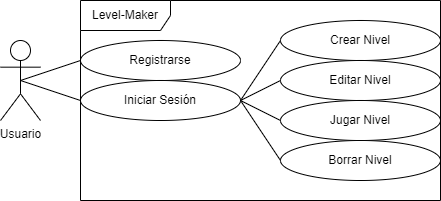
Before: doc/imgs/Diagrama de uso.png, a diagram exported from draw.io (RacoonByte01/level-maker). Source tidied: cells renumbered, new cells last; positions are measured from the earlier drawing's top-left corner, leaving out a move shared by most shapes.
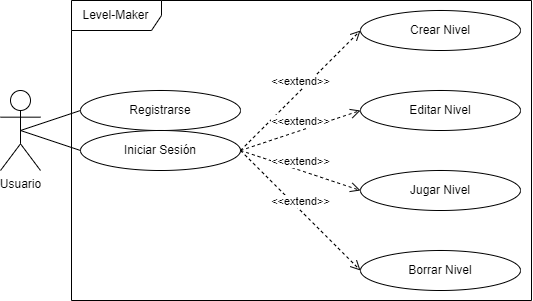
After the change.

What changed in the source:
```diff
@@ -9,16 +9,16 @@
       <mxGeometry x="80" y="80" width="160" height="40" as="geometry" />
     </mxCell>
     <mxCell id="4" value="Crear Nivel" style="ellipse;whiteSpace=wrap;html=1;" parent="1" vertex="1">
-      <mxGeometry x="280" y="20" width="160" height="40" as="geometry" />
+      <mxGeometry x="360" y="-40" width="160" height="40" as="geometry" />
     </mxCell>
     <mxCell id="5" value="Editar Nivel" style="ellipse;whiteSpace=wrap;html=1;" parent="1" vertex="1">
-      <mxGeometry x="280" y="60" width="160" height="40" as="geometry" />
+      <mxGeometry x="360" y="40" width="160" height="40" as="geometry" />
     </mxCell>
     <mxCell id="6" value="Borrar Nivel" style="ellipse;whiteSpace=wrap;html=1;" parent="1" vertex="1">
-      <mxGeometry x="280" y="140" width="160" height="40" as="geometry" />
+      <mxGeometry x="360" y="200" width="160" height="40" as="geometry" />
     </mxCell>
     <mxCell id="7" value="Jugar Nivel" style="ellipse;whiteSpace=wrap;html=1;" parent="1" vertex="1">
-      <mxGeometry x="280" y="100" width="160" height="40" as="geometry" />
+      <mxGeometry x="360" y="120" width="160" height="40" as="geometry" />
     </mxCell>
     <mxCell id="8" value="Usuario" style="shape=umlActor;verticalLabelPosition=bottom;verticalAlign=top;html=1;outlineConnect=0;" parent="1" vertex="1">
       <mxGeometry y="40" width="40" height="80" as="geometry" />
@@ -29,20 +29,20 @@
     <mxCell id="10" style="endArrow=none;html=1;exitX=0.5;exitY=0.5;exitDx=0;exitDy=0;exitPerimeter=0;entryX=0;entryY=0.5;entryDx=0;entryDy=0;" parent="1" edge="1" source="8" target="3">
       <mxGeometry relative="1" as="geometry" />
     </mxCell>
-    <mxCell id="11" style="endArrow=none;html=1;entryX=0;entryY=0.5;entryDx=0;entryDy=0;exitX=1;exitY=0.5;exitDx=0;exitDy=0;" parent="1" edge="1" source="3" target="4">
+    <mxCell id="11" value="&amp;lt;&amp;lt;extend&amp;gt;&amp;gt;" style="html=1;verticalAlign=bottom;endArrow=open;dashed=1;endSize=8;entryX=0;entryY=0.5;entryDx=0;entryDy=0;exitX=1;exitY=0.5;exitDx=0;exitDy=0;" parent="1" edge="1" source="3" target="4">
       <mxGeometry relative="1" as="geometry" />
     </mxCell>
-    <mxCell id="12" style="endArrow=none;html=1;entryX=0;entryY=0.5;entryDx=0;entryDy=0;exitX=1;exitY=0.5;exitDx=0;exitDy=0;" parent="1" edge="1" source="3" target="5">
+    <mxCell id="12" value="&amp;lt;&amp;lt;extend&amp;gt;&amp;gt;" style="html=1;verticalAlign=bottom;endArrow=open;dashed=1;endSize=8;entryX=0;entryY=0.5;entryDx=0;entryDy=0;exitX=1;exitY=0.5;exitDx=0;exitDy=0;" parent="1" edge="1" source="3" target="5">
       <mxGeometry relative="1" as="geometry" />
     </mxCell>
+    <mxCell id="14" value="&amp;lt;&amp;lt;extend&amp;gt;&amp;gt;" style="html=1;verticalAlign=bottom;endArrow=open;dashed=1;endSize=8;entryX=0;entryY=0.5;entryDx=0;entryDy=0;exitX=1;exitY=0.5;exitDx=0;exitDy=0;" parent="1" edge="1" source="3" target="7">
+      <mxGeometry relative="1" as="geometry" />
+    </mxCell>
-    <mxCell id="13" style="endArrow=none;html=1;entryX=0;entryY=0.5;entryDx=0;entryDy=0;exitX=1;exitY=0.5;exitDx=0;exitDy=0;" parent="1" edge="1" source="3" target="6">
+    <mxCell id="13" value="&amp;lt;&amp;lt;extend&amp;gt;&amp;gt;" style="html=1;verticalAlign=bottom;endArrow=open;dashed=1;endSize=8;entryX=0;entryY=0.5;entryDx=0;entryDy=0;exitX=1;exitY=0.5;exitDx=0;exitDy=0;startArrow=none;" parent="1" edge="1" source="3" target="6">
       <mxGeometry relative="1" as="geometry" />
     </mxCell>
-    <mxCell id="14" style="endArrow=none;html=1;exitX=1;exitY=0.5;exitDx=0;exitDy=0;entryX=0;entryY=0.5;entryDx=0;entryDy=0;" parent="1" edge="1" source="3" target="7">
-      <mxGeometry relative="1" as="geometry" />
-    </mxCell>
     <mxCell id="15" value="Level-Maker" style="shape=umlFrame;whiteSpace=wrap;html=1;width=90;height=30;" parent="1" vertex="1">
-      <mxGeometry x="80" width="360" height="200" as="geometry" />
+      <mxGeometry x="71" y="-50" width="460" height="300" as="geometry" />
     </mxCell>
   </root>
 </mxGraphModel>
```
